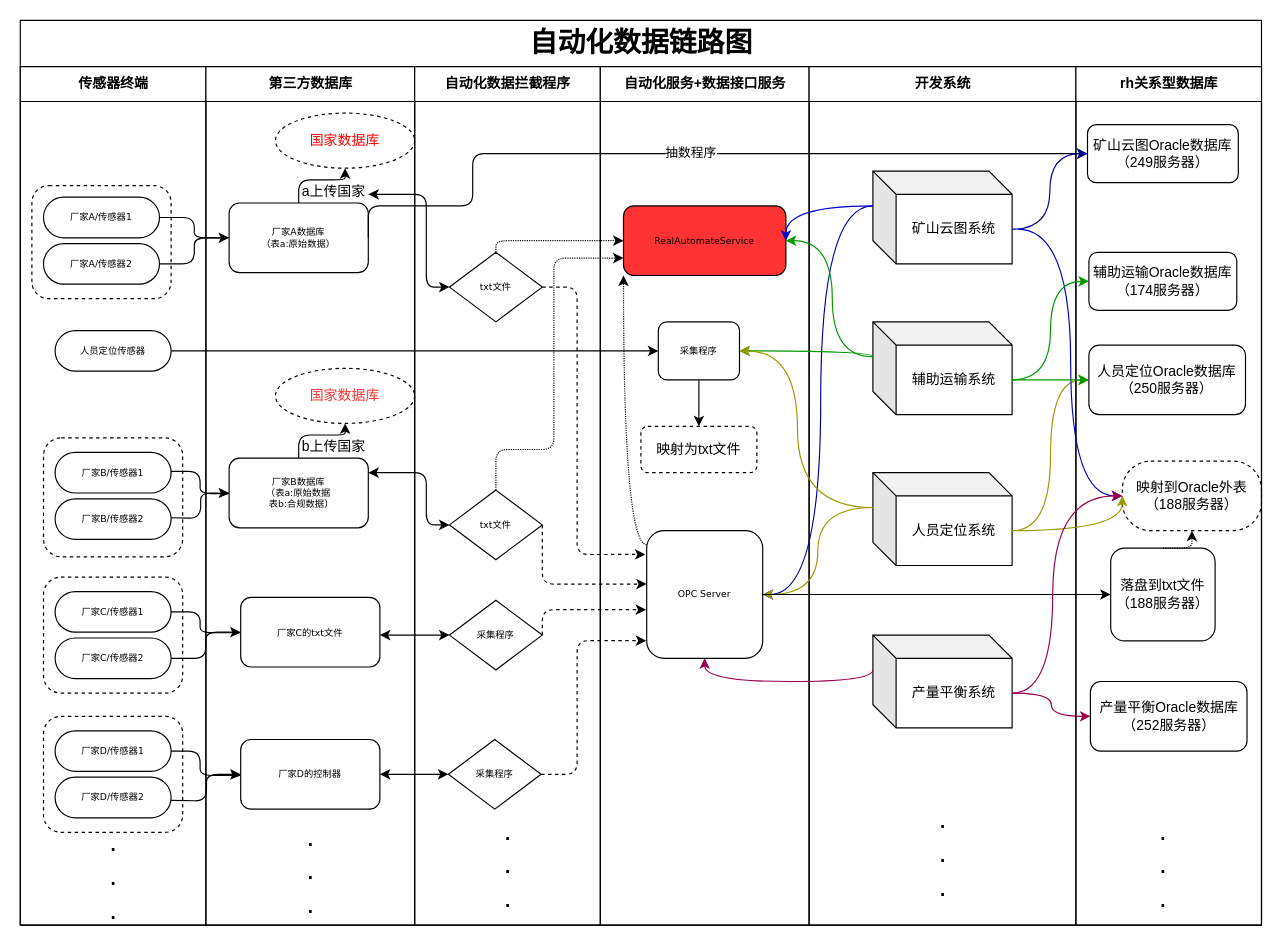
liulizhong/LearnAccumulate keeps this draw.io diagram as src/draw/自动化数据链路图.drawio. Above is the earlier version. Source tidied: cells renumbered, new cells numbered last; positions are measured from the earlier drawing's top-left corner, leaving out a move shared by most shapes. Both pictures are drawn from the tidied source at 116%, with x=0, y=0 at pixel (20, 20).
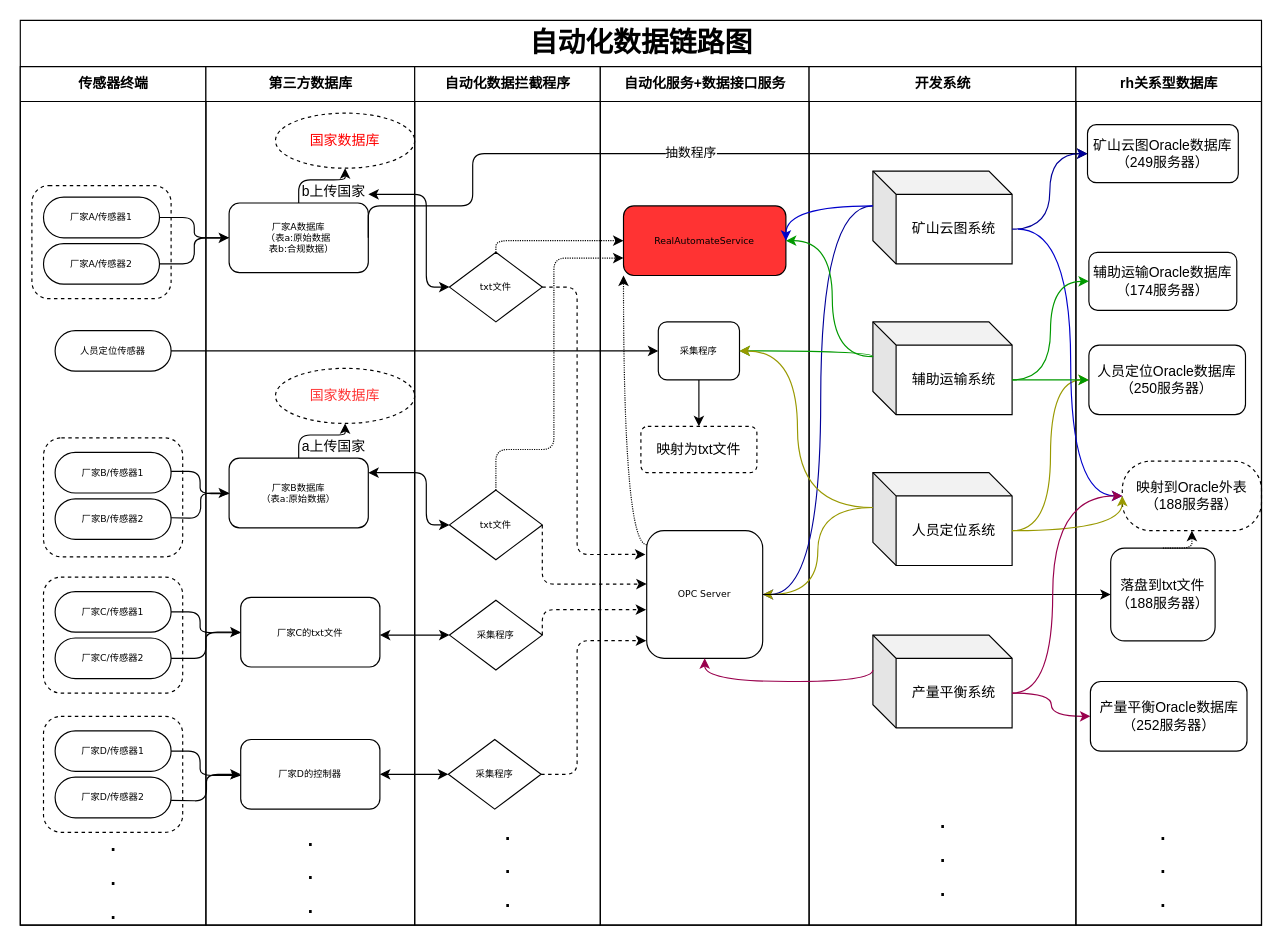
The same diagram, later.

Commit message:
更新自动化数据链路图.drawio

The change refers to these unchanged cells:
```xml
<mxCell id="21" value="第三方数据库" style="swimlane;html=1;startSize=30;" parent="2" vertex="1">
  <mxGeometry x="160" y="40" width="180" height="740" as="geometry" />
</mxCell>
```

What changed in the source:
```diff
@@
-    <mxCell id="23" value="厂家A数据库&lt;br&gt;（表a:原始数据）" style="rounded=1;whiteSpace=wrap;html=1;shadow=0;labelBackgroundColor=none;strokeWidth=1;fontFamily=Verdana;fontSize=8;align=center;" parent="21" vertex="1">
+    <mxCell id="23" value="厂家A数据库&lt;br&gt;（表a:原始数据&lt;br&gt;&amp;nbsp; 表b:合规数据）" style="rounded=1;whiteSpace=wrap;html=1;shadow=0;labelBackgroundColor=none;strokeWidth=1;fontFamily=Verdana;fontSize=8;align=center;" parent="21" vertex="1">
       <mxGeometry x="20" y="117.5" width="120" height="60" as="geometry" />
     </mxCell>
@@
-    <mxCell id="25" value="a上传国家" style="text;html=1;align=center;verticalAlign=middle;points=[];" parent="21" vertex="1">
+    <mxCell id="25" value="b上传国家" style="text;html=1;align=center;verticalAlign=middle;points=[];" parent="21" vertex="1">
       <mxGeometry x="75" y="97.5" width="70" height="20" as="geometry" />
     </mxCell>
@@
-    <mxCell id="27" value="厂家B数据库&lt;br&gt;（表a:原始数据&lt;br&gt;&amp;nbsp; 表b:合规数据）" style="rounded=1;whiteSpace=wrap;html=1;shadow=0;labelBackgroundColor=none;strokeWidth=1;fontFamily=Verdana;fontSize=8;align=center;" parent="21" vertex="1">
+    <mxCell id="27" value="厂家B数据库&lt;br&gt;（表a:原始数据）" style="rounded=1;whiteSpace=wrap;html=1;shadow=0;labelBackgroundColor=none;strokeWidth=1;fontFamily=Verdana;fontSize=8;align=center;" parent="21" vertex="1">
       <mxGeometry x="20" y="337.5" width="120" height="60" as="geometry" />
     </mxCell>
@@
-    <mxCell id="29" value="b上传国家" style="text;html=1;align=center;verticalAlign=middle;" parent="21" vertex="1">
+    <mxCell id="29" value="a上传国家" style="text;html=1;align=center;verticalAlign=middle;" parent="21" vertex="1">
       <mxGeometry x="75" y="317.5" width="70" height="20" as="geometry" />
     </mxCell>
```
